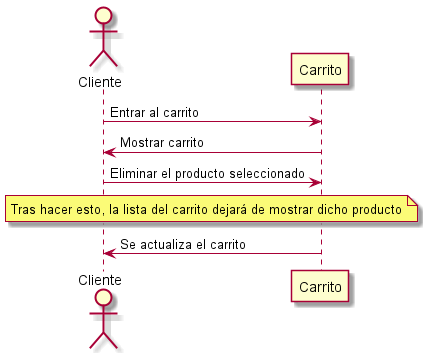
The PlantUML diagram images/Diagrama Eliminar Producto.png in Arquisoft/Arquisoft-dede_es_02b, before a commit. Its diagram source:
```plantuml
@startuml
actor Cliente
participant Carrito
Cliente -> Carrito: Entrar al carrito
Carrito -> Cliente: Mostrar carrito
Cliente -> Carrito: Eliminar el producto seleccionado
note across: Tras hacer esto, la lista del carrito dejará de mostrar dicho producto
Carrito -> Cliente: Se actualiza el carrito
@enduml
```
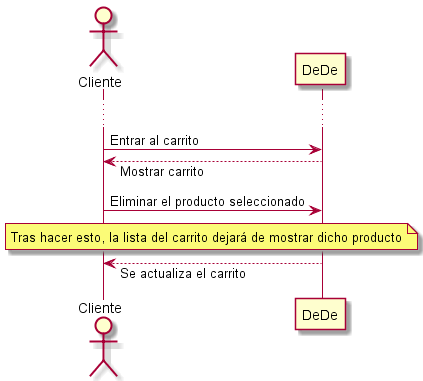
Later version of the same file.

Diff of the diagram source:
```diff
@@ -1,9 +1,13 @@
 @startuml
 actor Cliente
-participant Carrito
-Cliente -> Carrito: Entrar al carrito
-Carrito -> Cliente: Mostrar carrito
-Cliente -> Carrito: Eliminar el producto seleccionado
+participant DeDe
+
+skinparam responseMessageBelowArrow true
+...
+
+Cliente -> DeDe: Entrar al carrito
+DeDe --> Cliente: Mostrar carrito
+Cliente -> DeDe: Eliminar el producto seleccionado
 note across: Tras hacer esto, la lista del carrito dejará de mostrar dicho producto
-Carrito -> Cliente: Se actualiza el carrito
+DeDe --> Cliente: Se actualiza el carrito
 @enduml
```
